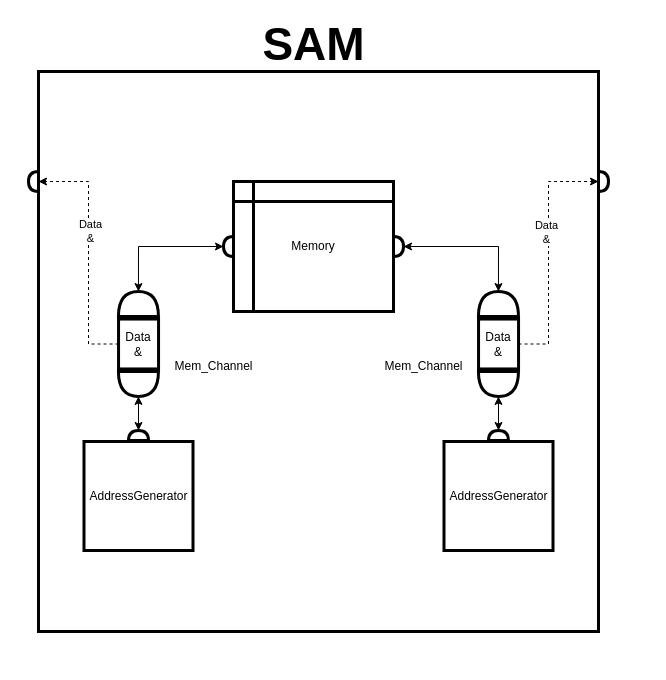
Above: src/ArchBlockDiagram/SAM.dio in Sparkles-Qemu/qemu_system_integration (draw.io), before the change. Source tidied: cells renumbered, new cells numbered last; positions are measured from the earlier drawing's top-left corner, leaving out a move shared by most shapes. Both pictures are drawn from the tidied source at 100%, with x=0, y=0 at pixel (28, 29).
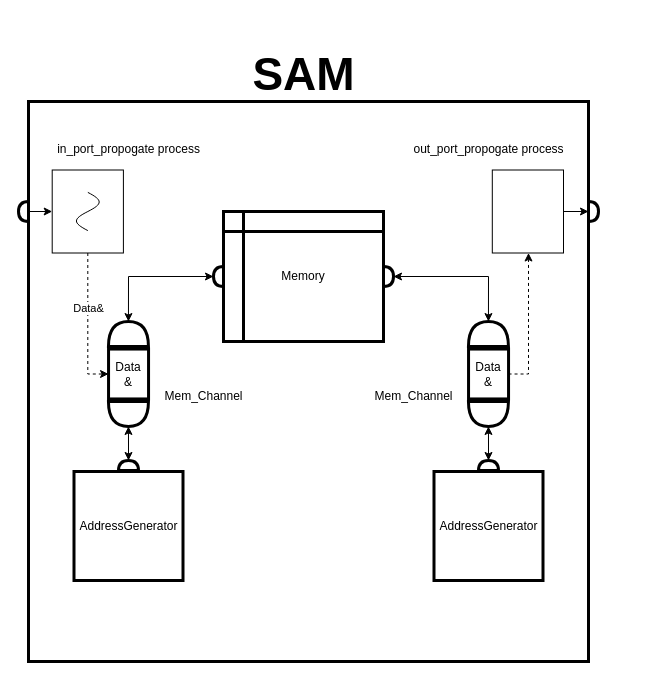
The same page after the edit.

Commit message (it also covers changes not shown here):
fixed multwriter process issue by giving up and making channel signals  SC_MANY_WRITERS

The change refers to these unchanged cells:
```xml
<mxCell id="8" value="Data&lt;br&gt;&amp;amp;" style="rounded=0;whiteSpace=wrap;html=1;strokeWidth=3;fillColor=none;rotation=90;horizontal=0;direction=north;" parent="6" vertex="1">
  <mxGeometry x="-4.9" y="32.5" width="49.9" height="40" as="geometry" />
</mxCell>
<mxCell id="15" value="Data&lt;br&gt;&amp;amp;" style="rounded=0;whiteSpace=wrap;html=1;strokeWidth=3;fillColor=none;rotation=90;horizontal=0;direction=north;" parent="13" vertex="1">
  <mxGeometry x="-4.9" y="32.5" width="49.9" height="40" as="geometry" />
</mxCell>
<mxCell id="30" style="shape=or;whiteSpace=wrap;html=1;strokeWidth=3;fillColor=#ffffff;rotation=-180;" parent="3" vertex="1">
  <mxGeometry y="142" width="10" height="20" as="geometry" />
</mxCell>
<mxCell id="31" style="shape=or;whiteSpace=wrap;html=1;strokeWidth=3;fillColor=#ffffff;rotation=0;" parent="3" vertex="1">
  <mxGeometry x="570" y="142" width="10" height="20" as="geometry" />
</mxCell>
```

The edit, as a diff of the source:
```diff
@@
-    <mxCell id="2" style="group;" parent="1" vertex="1">
-      <mxGeometry width="580" height="602" as="geometry" />
-    </mxCell>
+    <mxCell id="33" style="group;" parent="1" vertex="1">
+      <mxGeometry x="-10" y="30" width="630" height="602" as="geometry" />
+    </mxCell>
-    <mxCell id="3" style="group;" parent="2" vertex="1">
-      <mxGeometry width="580" height="602" as="geometry" />
+    <mxCell id="3" style="group;" parent="33" vertex="1">
+      <mxGeometry width="630" height="602" as="geometry" />
     </mxCell>
@@
-    <mxCell id="23" style="edgeStyle=orthogonalEdgeStyle;rounded=0;jettySize=auto;html=1;startArrow=none;startFill=0;dashed=1;entryX=0;entryY=0.5;entryDx=0;entryDy=0;entryPerimeter=0;" parent="3" edge="1" source="8" target="30">
-      <mxGeometry relative="1" as="geometry">
-        <Array as="points">
-          <mxPoint x="60" y="314" />
-          <mxPoint x="60" y="152" />
-        </Array>
-      </mxGeometry>
-    </mxCell>
-    <mxCell id="24" value="Data&lt;br&gt;&amp;amp;" style="edgeLabel;html=1;align=center;verticalAlign=middle;" parent="23" vertex="1">
-      <mxGeometry x="0.18" y="-1" relative="1" as="geometry" />
-    </mxCell>
-    <mxCell id="25" style="edgeStyle=orthogonalEdgeStyle;rounded=0;jettySize=auto;html=1;dashed=1;startArrow=none;startFill=0;entryX=0;entryY=0.5;entryDx=0;entryDy=0;entryPerimeter=0;" parent="3" edge="1" source="15" target="31">
-      <mxGeometry relative="1" as="geometry">
-        <Array as="points">
-          <mxPoint x="520" y="314" />
-          <mxPoint x="520" y="152" />
-        </Array>
-      </mxGeometry>
-    </mxCell>
-    <mxCell id="26" value="Data&lt;br&gt;&amp;amp;" style="edgeLabel;html=1;align=center;verticalAlign=middle;" parent="25" vertex="1">
-      <mxGeometry x="0.35" y="3" relative="1" as="geometry">
-        <mxPoint y="21.6" as="offset" />
-      </mxGeometry>
-    </mxCell>
@@
+    <mxCell id="34" style="edgeStyle=orthogonalEdgeStyle;rounded=0;jettySize=auto;html=1;" parent="3" edge="1" source="30" target="37">
+      <mxGeometry relative="1" as="geometry" />
+    </mxCell>
@@
+    <mxCell id="35" style="group;" parent="3" vertex="1">
+      <mxGeometry x="33.7" y="110.5" width="71.2" height="83" as="geometry" />
+    </mxCell>
+    <mxCell id="36" style="verticalLabelPosition=bottom;shadow=0;dashed=0;align=center;html=1;verticalAlign=top;shape=mxgraph.electrical.waveforms.sine_wave;rotation=90;" parent="35" vertex="1">
+      <mxGeometry x="16.5" y="26.3" width="38.2" height="30.4" as="geometry" />
+    </mxCell>
+    <mxCell id="37" style="rounded=0;whiteSpace=wrap;html=1;fillColor=none;" parent="35" vertex="1">
+      <mxGeometry width="71.2" height="83" as="geometry" />
+    </mxCell>
+    <mxCell id="38" style="edgeStyle=orthogonalEdgeStyle;rounded=0;jettySize=auto;html=1;entryX=0;entryY=0.5;entryDx=0;entryDy=0;startArrow=none;startFill=0;endArrow=classic;endFill=1;dashed=1;" parent="3" edge="1" source="37" target="8">
+      <mxGeometry relative="1" as="geometry" />
+    </mxCell>
+    <mxCell id="39" value="Data&amp;amp;" style="edgeLabel;html=1;align=center;verticalAlign=middle;" parent="38" vertex="1">
+      <mxGeometry x="-0.23" relative="1" as="geometry" />
+    </mxCell>
+    <mxCell id="40" value="in_port_propogate process" style="text;html=1;align=center;verticalAlign=middle;" parent="3" vertex="1">
+      <mxGeometry x="30" y="80" width="160" height="20" as="geometry" />
+    </mxCell>
+    <mxCell id="41" style="edgeStyle=orthogonalEdgeStyle;rounded=0;jettySize=auto;html=1;entryX=0;entryY=0.5;entryDx=0;entryDy=0;entryPerimeter=0;startArrow=none;startFill=0;endArrow=classic;endFill=1;" parent="3" edge="1" source="42" target="31">
+      <mxGeometry relative="1" as="geometry" />
+    </mxCell>
+    <mxCell id="42" style="rounded=0;whiteSpace=wrap;html=1;fillColor=none;" parent="3" vertex="1">
+      <mxGeometry x="473.8" y="110.5" width="71.2" height="83" as="geometry" />
+    </mxCell>
+    <mxCell id="43" value="out_port_propogate process" style="text;html=1;align=center;verticalAlign=middle;" parent="3" vertex="1">
+      <mxGeometry x="385" y="80" width="170" height="20" as="geometry" />
+    </mxCell>
+    <mxCell id="44" style="edgeStyle=orthogonalEdgeStyle;rounded=0;jettySize=auto;html=1;dashed=1;startArrow=none;startFill=0;endArrow=classic;endFill=1;" parent="3" edge="1" source="15" target="42">
+      <mxGeometry relative="1" as="geometry">
+        <Array as="points">
+          <mxPoint x="510" y="315" />
+        </Array>
+      </mxGeometry>
+    </mxCell>
```
